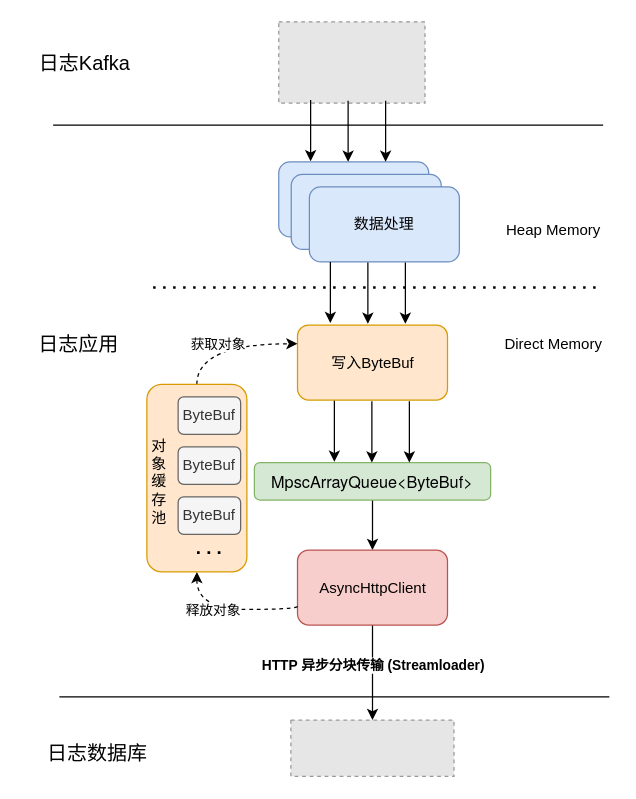
The draw.io diagram page "数据写入方案三" (3 of 3) of Doris接入分享.drawio in maxuewen/draw.io, before the edit. Source tidied: cells renumbered, new cells numbered last; positions are measured from the earlier drawing's top-left corner, leaving out a move shared by most shapes. Both pictures are drawn from the tidied source at 125%, with x=0, y=0 at pixel (21, 21). Pictures stored in the file or linked from it are replaced by grey dashed boxes.
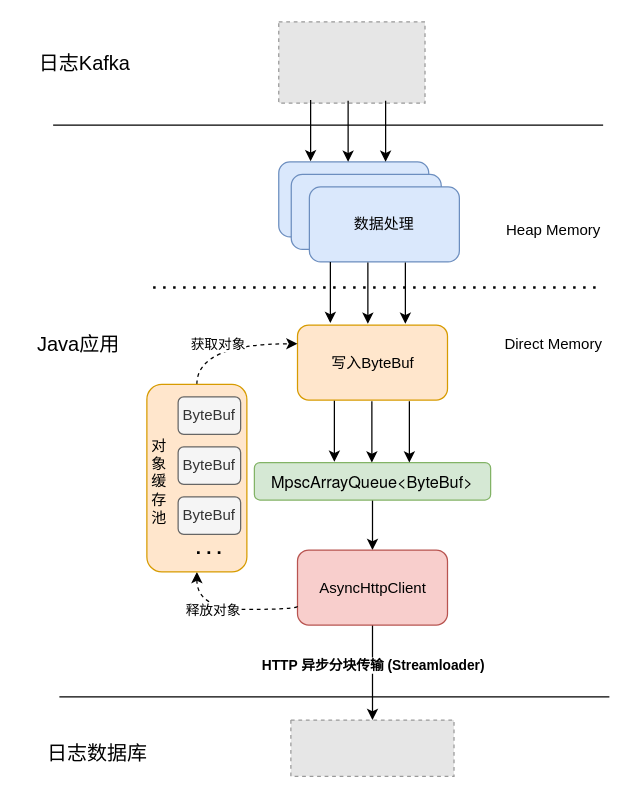
The same page after the edit.

Change to the diagram source:
```diff
@@
-    <mxCell id="15" value="&lt;font style=&quot;font-size: 16px;&quot;&gt;日志应用&lt;/font&gt;" style="text;html=1;align=center;verticalAlign=middle;strokeColor=none;fillColor=none;" parent="1" vertex="1">
+    <mxCell id="15" value="&lt;font style=&quot;font-size: 16px;&quot;&gt;Java应用&lt;/font&gt;" style="text;html=1;align=center;verticalAlign=middle;strokeColor=none;fillColor=none;" parent="1" vertex="1">
       <mxGeometry y="242.5" width="90" height="30" as="geometry" />
     </mxCell>
```
